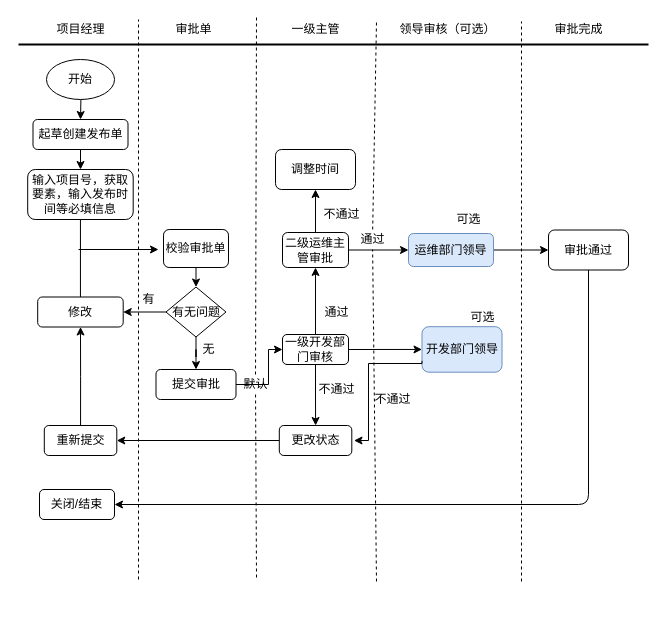
Above: src/com/cupd/sharon/Untitled Diagram.drawio in sharonwq/sharon_test (draw.io), before the change. Source tidied: cells renumbered, new cells numbered last; positions are measured from the earlier drawing's top-left corner, leaving out a move shared by most shapes. Both pictures are drawn from the tidied source at 100%, with x=0, y=0 at pixel (18, 17).
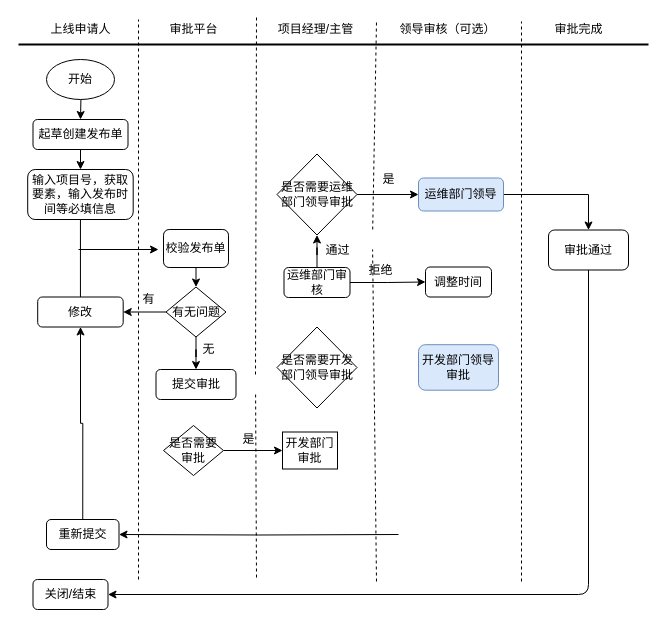
The same page after the edit.

The change refers to these unchanged cells:
```xml
<mxCell id="24" value="审批通过" style="rounded=1;whiteSpace=wrap;html=1;" parent="1" vertex="1">
  <mxGeometry x="530" y="212.5" width="80" height="40" as="geometry" />
</mxCell>
<mxCell id="34" value="提交审批" style="rounded=1;whiteSpace=wrap;html=1;" parent="1" vertex="1">
  <mxGeometry x="137.5" y="352" width="80" height="30" as="geometry" />
</mxCell>
```

What changed in the source:
```diff
@@
-    <mxCell id="3" value="项目经理" style="text;html=1;align=center;verticalAlign=middle;strokeColor=none;" parent="1" vertex="1">
-      <mxGeometry x="32" y="2" width="60" height="20" as="geometry" />
+    <mxCell id="3" value="上线申请人" style="text;html=1;align=center;verticalAlign=middle;strokeColor=none;" parent="1" vertex="1">
+      <mxGeometry x="22" y="2" width="80" height="20" as="geometry" />
     </mxCell>
-    <mxCell id="4" value="一级主管" style="text;html=1;align=center;verticalAlign=middle;strokeColor=none;" parent="1" vertex="1">
-      <mxGeometry x="267" y="2" width="60" height="20" as="geometry" />
+    <mxCell id="4" value="项目经理/主管" style="text;html=1;align=center;verticalAlign=middle;strokeColor=none;" parent="1" vertex="1">
+      <mxGeometry x="252" y="2" width="90" height="20" as="geometry" />
     </mxCell>
@@
-    <mxCell id="14" style="edgeStyle=orthogonalEdgeStyle;rounded=0;jettySize=auto;html=1;" parent="1" edge="1" source="16" target="19">
-      <mxGeometry relative="1" as="geometry" />
-    </mxCell>
-    <mxCell id="15" style="edgeStyle=orthogonalEdgeStyle;rounded=0;jettySize=auto;html=1;" parent="1" edge="1" source="16" target="49">
-      <mxGeometry relative="1" as="geometry" />
-    </mxCell>
+    <mxCell id="58" style="edgeStyle=orthogonalEdgeStyle;rounded=0;jettySize=auto;html=1;" parent="1" edge="1" source="16" target="66">
+      <mxGeometry relative="1" as="geometry" />
+    </mxCell>
+    <mxCell id="59" style="edgeStyle=orthogonalEdgeStyle;rounded=0;jettySize=auto;html=1;" parent="1" edge="1" source="16" target="50">
+      <mxGeometry relative="1" as="geometry" />
+    </mxCell>
-    <mxCell id="16" value="一级开发部门审核" style="rounded=1;whiteSpace=wrap;html=1;" parent="1" vertex="1">
-      <mxGeometry x="264" y="317" width="66" height="30" as="geometry" />
+    <mxCell id="16" value="运维部门审核" style="rounded=1;whiteSpace=wrap;html=1;" parent="1" vertex="1">
+      <mxGeometry x="265.5" y="250" width="66" height="30" as="geometry" />
     </mxCell>
-    <mxCell id="17" value="不通过" style="text;html=1;align=center;verticalAlign=middle;strokeColor=none;" parent="1" vertex="1">
-      <mxGeometry x="292.5" y="362" width="50" height="20" as="geometry" />
-    </mxCell>
-    <mxCell id="18" style="edgeStyle=orthogonalEdgeStyle;rounded=0;jettySize=auto;html=1;" parent="1" edge="1" source="19" target="39">
-      <mxGeometry relative="1" as="geometry" />
+    <mxCell id="18" style="edgeStyle=orthogonalEdgeStyle;rounded=0;jettySize=auto;html=1;" parent="1" edge="1" target="39">
+      <mxGeometry relative="1" as="geometry">
+        <mxPoint x="380" y="517" as="sourcePoint" />
+      </mxGeometry>
     </mxCell>
-    <mxCell id="19" value="更改状态" style="rounded=1;whiteSpace=wrap;html=1;" parent="1" vertex="1">
-      <mxGeometry x="260.8" y="408" width="72.5" height="30" as="geometry" />
-    </mxCell>
-    <mxCell id="20" style="endArrow=classic;html=1;entryX=0;entryY=0.5;entryDx=0;entryDy=0;exitX=1;exitY=0.5;exitDx=0;exitDy=0;" parent="1" edge="1" source="16" target="21">
-      <mxGeometry relative="1" as="geometry" />
-    </mxCell>
-    <mxCell id="21" value="开发部门领导" style="rounded=1;whiteSpace=wrap;html=1;fillColor=#dae8fc;strokeColor=#6c8ebf;" parent="1" vertex="1">
-      <mxGeometry x="403.5" y="309.2" width="80" height="45.5" as="geometry" />
+    <mxCell id="21" value="开发部门领导审批" style="rounded=1;whiteSpace=wrap;html=1;fillColor=#dae8fc;strokeColor=#6c8ebf;" parent="1" vertex="1">
+      <mxGeometry x="400" y="327.2" width="80" height="45.5" as="geometry" />
     </mxCell>
-    <mxCell id="22" style="edgeStyle=orthogonalEdgeStyle;rounded=0;jettySize=auto;html=1;exitX=0;exitY=0.75;exitDx=0;exitDy=0;" parent="1" edge="1" source="21">
-      <mxGeometry relative="1" as="geometry">
-        <mxPoint x="335.5" y="423" as="targetPoint" />
-        <Array as="points">
-          <mxPoint x="350" y="346" />
-          <mxPoint x="350" y="423" />
-        </Array>
-      </mxGeometry>
-    </mxCell>
-    <mxCell id="23" value="不通过" style="text;html=1;align=center;verticalAlign=middle;strokeColor=none;" parent="1" vertex="1">
-      <mxGeometry x="349" y="372" width="50" height="20" as="geometry" />
-    </mxCell>
@@
     <mxCell id="25" value="关闭/结束" style="rounded=1;whiteSpace=wrap;html=1;" parent="1" vertex="1">
-      <mxGeometry x="21" y="472" width="75" height="30" as="geometry" />
+      <mxGeometry x="14.5" y="562" width="75" height="30" as="geometry" />
     </mxCell>
-    <mxCell id="26" value="审批单" style="text;html=1;align=center;verticalAlign=middle;strokeColor=none;" parent="1" vertex="1">
-      <mxGeometry x="150" y="2" width="50" height="20" as="geometry" />
+    <mxCell id="26" value="审批平台" style="text;html=1;align=center;verticalAlign=middle;strokeColor=none;" parent="1" vertex="1">
+      <mxGeometry x="145" y="2" width="60" height="20" as="geometry" />
     </mxCell>
@@
-    <mxCell id="29" value="校验审批单" style="rounded=1;whiteSpace=wrap;html=1;" parent="1" vertex="1">
+    <mxCell id="29" value="校验发布单" style="rounded=1;whiteSpace=wrap;html=1;" parent="1" vertex="1">
       <mxGeometry x="145" y="212" width="65" height="38" as="geometry" />
     </mxCell>
@@
-    <mxCell id="33" style="edgeStyle=orthogonalEdgeStyle;rounded=0;jettySize=auto;html=1;entryX=0;entryY=0.5;entryDx=0;entryDy=0;" parent="1" edge="1" source="34" target="16">
-      <mxGeometry relative="1" as="geometry">
-        <Array as="points">
-          <mxPoint x="250" y="367" />
-          <mxPoint x="250" y="332" />
-        </Array>
-      </mxGeometry>
-    </mxCell>
@@
-    <mxCell id="38" value="通过" style="text;html=1;align=center;verticalAlign=middle;strokeColor=none;" parent="1" vertex="1">
-      <mxGeometry x="297.5" y="284.5" width="40" height="20" as="geometry" />
-    </mxCell>
     <mxCell id="39" value="重新提交" style="rounded=1;whiteSpace=wrap;html=1;" parent="1" vertex="1">
-      <mxGeometry x="25.8" y="408" width="72.5" height="30" as="geometry" />
+      <mxGeometry x="28" y="502" width="72.5" height="30" as="geometry" />
     </mxCell>
@@
-    <mxCell id="41" style="endArrow=none;dashed=1;html=1;startArrow=none;" parent="1" edge="1" source="56">
+    <mxCell id="41" style="endArrow=none;dashed=1;html=1;startArrow=none;" parent="1" edge="1">
       <mxGeometry relative="1" as="geometry">
+        <mxPoint x="237" y="357" as="sourcePoint" />
         <mxPoint x="238" as="targetPoint" />
       </mxGeometry>
     </mxCell>
-    <mxCell id="42" style="endArrow=none;dashed=1;html=1;startArrow=none;" parent="1" edge="1" source="53">
+    <mxCell id="42" style="endArrow=none;dashed=1;html=1;startArrow=none;" parent="1" edge="1">
       <mxGeometry relative="1" as="geometry">
+        <mxPoint x="354.2" y="212" as="sourcePoint" />
         <mxPoint x="358" y="4" as="targetPoint" />
       </mxGeometry>
     </mxCell>
@@
     <mxCell id="44" style="edgeStyle=segmentEdgeStyle;endArrow=classic;html=1;exitX=0.5;exitY=1;exitDx=0;exitDy=0;entryX=1;entryY=0.5;entryDx=0;entryDy=0;" parent="1" edge="1" source="24" target="25">
       <mxGeometry relative="1" as="geometry">
         <Array as="points">
-          <mxPoint x="570" y="487" />
+          <mxPoint x="570" y="577" />
         </Array>
       </mxGeometry>
     </mxCell>
@@
     <mxCell id="46" value="运维部门领导" style="rounded=1;whiteSpace=wrap;html=1;fillColor=#dae8fc;strokeColor=#6c8ebf;" parent="1" vertex="1">
-      <mxGeometry x="390" y="216" width="85" height="33" as="geometry" />
+      <mxGeometry x="400" y="160.5" width="85" height="33" as="geometry" />
     </mxCell>
-    <mxCell id="47" style="edgeStyle=orthogonalEdgeStyle;rounded=0;jettySize=auto;html=1;" parent="1" edge="1" source="49" target="50">
-      <mxGeometry relative="1" as="geometry" />
-    </mxCell>
-    <mxCell id="48" style="edgeStyle=orthogonalEdgeStyle;rounded=0;jettySize=auto;html=1;" parent="1" edge="1" source="49" target="46">
-      <mxGeometry relative="1" as="geometry" />
-    </mxCell>
-    <mxCell id="49" value="二级运维主管审批" style="rounded=1;whiteSpace=wrap;html=1;" parent="1" vertex="1">
-      <mxGeometry x="264" y="215" width="66" height="35" as="geometry" />
-    </mxCell>
+    <mxCell id="54" style="endArrow=none;dashed=1;html=1;" parent="1" edge="1">
+      <mxGeometry relative="1" as="geometry">
+        <mxPoint x="358" y="564" as="sourcePoint" />
+        <mxPoint x="354.1" y="232" as="targetPoint" />
+      </mxGeometry>
+    </mxCell>
+    <mxCell id="57" style="endArrow=none;dashed=1;html=1;" parent="1" edge="1">
+      <mxGeometry relative="1" as="geometry">
+        <mxPoint x="238" y="560" as="sourcePoint" />
+        <mxPoint x="237.1" y="377" as="targetPoint" />
+      </mxGeometry>
+    </mxCell>
+    <mxCell id="60" style="edgeStyle=orthogonalEdgeStyle;rounded=0;jettySize=auto;html=1;" parent="1" edge="1" source="61" target="62">
+      <mxGeometry relative="1" as="geometry" />
+    </mxCell>
+    <mxCell id="61" value="是否需要审批" style="rhombus;whiteSpace=wrap;html=1;" parent="1" vertex="1">
+      <mxGeometry x="145" y="408" width="60" height="50" as="geometry" />
+    </mxCell>
+    <mxCell id="62" value="开发部门审批" style="whiteSpace=wrap;html=1;" parent="1" vertex="1">
+      <mxGeometry x="264" y="414.5" width="55" height="37" as="geometry" />
+    </mxCell>
+    <mxCell id="63" value="是否需要开发部门领导审批" style="rhombus;whiteSpace=wrap;html=1;" parent="1" vertex="1">
+      <mxGeometry x="258.5" y="309.5" width="80" height="81" as="geometry" />
+    </mxCell>
+    <mxCell id="64" value="是" style="text;html=1;align=center;verticalAlign=middle;strokeColor=none;" parent="1" vertex="1">
+      <mxGeometry x="215" y="412" width="30" height="20" as="geometry" />
+    </mxCell>
+    <mxCell id="65" style="edgeStyle=orthogonalEdgeStyle;rounded=0;jettySize=auto;html=1;" parent="1" edge="1" source="66" target="46">
+      <mxGeometry relative="1" as="geometry" />
+    </mxCell>
+    <mxCell id="66" value="是否需要运维部门领导审批" style="rhombus;whiteSpace=wrap;html=1;" parent="1" vertex="1">
+      <mxGeometry x="258.5" y="136.5" width="80" height="81" as="geometry" />
+    </mxCell>
+    <mxCell id="67" value="通过" style="text;html=1;align=center;verticalAlign=middle;strokeColor=none;" parent="1" vertex="1">
+      <mxGeometry x="298.5" y="222.5" width="40" height="20" as="geometry" />
+    </mxCell>
     <mxCell id="50" value="调整时间" style="rounded=1;whiteSpace=wrap;html=1;" parent="1" vertex="1">
-      <mxGeometry x="257" y="132" width="80" height="40" as="geometry" />
+      <mxGeometry x="407" y="249.5" width="66" height="30" as="geometry" />
     </mxCell>
-    <mxCell id="51" value="不通过" style="text;html=1;align=center;verticalAlign=middle;strokeColor=none;" parent="1" vertex="1">
-      <mxGeometry x="297.5" y="187" width="50" height="20" as="geometry" />
-    </mxCell>
-    <mxCell id="52" value="可选" style="text;html=1;align=center;verticalAlign=middle;strokeColor=none;" parent="1" vertex="1">
-      <mxGeometry x="443.5" y="289.5" width="40" height="20" as="geometry" />
-    </mxCell>
-    <mxCell id="53" value="通过" style="text;html=1;align=center;verticalAlign=middle;points=[];strokeColor=none;" parent="1" vertex="1">
-      <mxGeometry x="334" y="212" width="40" height="20" as="geometry" />
-    </mxCell>
-    <mxCell id="54" style="endArrow=none;dashed=1;html=1;" parent="1" edge="1" target="53">
-      <mxGeometry relative="1" as="geometry">
-        <mxPoint x="358" y="564" as="sourcePoint" />
-      </mxGeometry>
-    </mxCell>
-    <mxCell id="55" value="可选" style="text;html=1;align=center;verticalAlign=middle;strokeColor=none;" parent="1" vertex="1">
-      <mxGeometry x="430" y="192" width="40" height="20" as="geometry" />
-    </mxCell>
-    <mxCell id="56" value="默认" style="text;html=1;align=center;verticalAlign=middle;points=[];strokeColor=none;fillColor=none;" parent="1" vertex="1">
-      <mxGeometry x="217" y="357" width="40" height="20" as="geometry" />
-    </mxCell>
-    <mxCell id="57" style="endArrow=none;dashed=1;html=1;" parent="1" edge="1" target="56">
-      <mxGeometry relative="1" as="geometry">
-        <mxPoint x="238" y="560" as="sourcePoint" />
-      </mxGeometry>
-    </mxCell>
+    <mxCell id="68" value="拒绝" style="text;html=1;align=center;verticalAlign=middle;strokeColor=none;" parent="1" vertex="1">
+      <mxGeometry x="342" y="242.5" width="40" height="20" as="geometry" />
+    </mxCell>
+    <mxCell id="69" value="是" style="text;html=1;align=center;verticalAlign=middle;strokeColor=none;" parent="1" vertex="1">
+      <mxGeometry x="355" y="152" width="30" height="20" as="geometry" />
+    </mxCell>
```
